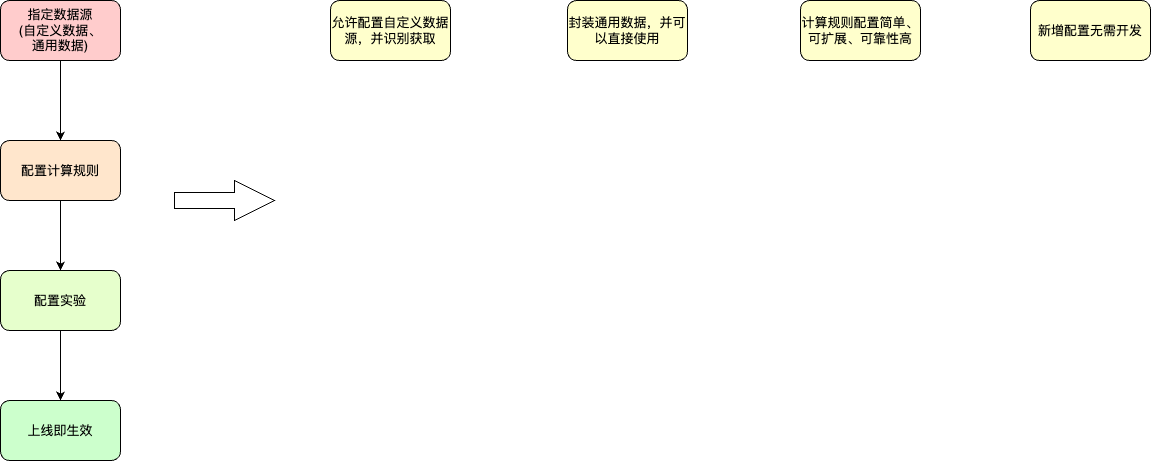
Above: work-draw-file/规则表达式.png in liujunao/draw-data (draw.io), before the change. Source tidied: cells renumbered, new cells last; positions are measured from the earlier drawing's top-left corner, leaving out a move shared by most shapes.
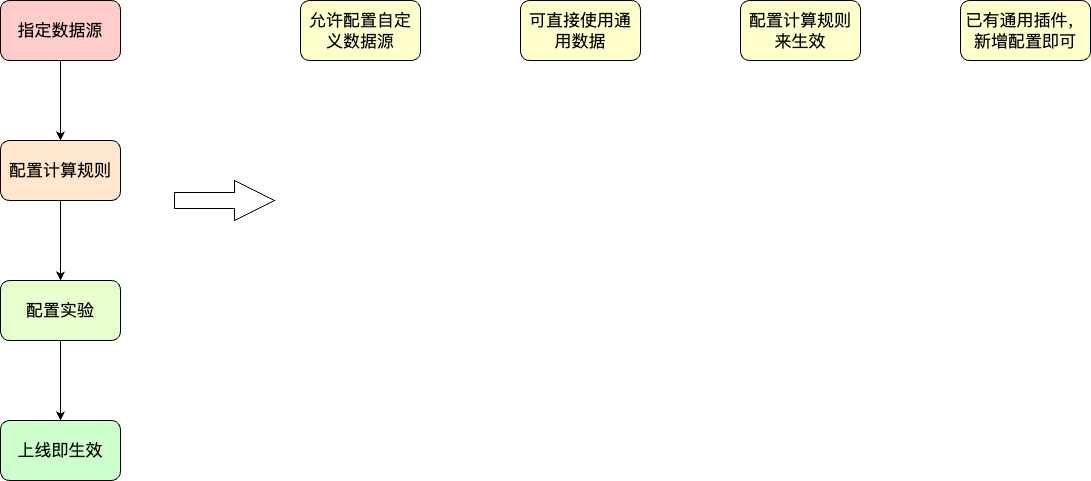
After the commit.

Commit message:
更新规则表达式.png

Diff of the diagram source:
```diff
@@ -5,35 +5,35 @@
     <mxCell id="2" style="edgeStyle=orthogonalEdgeStyle;rounded=0;jettySize=auto;html=1;exitX=0.5;exitY=1;exitDx=0;exitDy=0;entryX=0.5;entryY=0;entryDx=0;entryDy=0;" parent="1" edge="1" source="3" target="7">
       <mxGeometry relative="1" as="geometry" />
     </mxCell>
-    <mxCell id="3" value="配置计算规则" style="rounded=1;whiteSpace=wrap;html=1;fillColor=#FFE6CC;" parent="1" vertex="1">
+    <mxCell id="3" value="&lt;font style=&quot;font-size: 17px;&quot;&gt;配置计算规则&lt;/font&gt;" style="rounded=1;whiteSpace=wrap;html=1;fillColor=#FFE6CC;" parent="1" vertex="1">
       <mxGeometry y="140" width="120" height="60" as="geometry" />
     </mxCell>
     <mxCell id="4" style="edgeStyle=orthogonalEdgeStyle;rounded=0;jettySize=auto;html=1;exitX=0.5;exitY=1;exitDx=0;exitDy=0;" parent="1" edge="1" source="5" target="3">
       <mxGeometry relative="1" as="geometry" />
     </mxCell>
-    <mxCell id="5" value="指定数据源&lt;br&gt;(自定义数据、&lt;br&gt;通用数据)" style="rounded=1;whiteSpace=wrap;html=1;fillColor=#FFCCCC;" parent="1" vertex="1">
+    <mxCell id="5" value="&lt;font style=&quot;font-size: 17px;&quot;&gt;指定数据源&lt;br&gt;&lt;/font&gt;" style="rounded=1;whiteSpace=wrap;html=1;fillColor=#FFCCCC;" parent="1" vertex="1">
       <mxGeometry width="120" height="60" as="geometry" />
     </mxCell>
     <mxCell id="6" style="edgeStyle=orthogonalEdgeStyle;rounded=0;jettySize=auto;html=1;exitX=0.5;exitY=1;exitDx=0;exitDy=0;entryX=0.5;entryY=0;entryDx=0;entryDy=0;" parent="1" edge="1" source="7" target="8">
       <mxGeometry relative="1" as="geometry" />
     </mxCell>
-    <mxCell id="7" value="配置实验" style="rounded=1;whiteSpace=wrap;html=1;fillColor=#E6FFCC;" parent="1" vertex="1">
-      <mxGeometry y="270" width="120" height="60" as="geometry" />
+    <mxCell id="7" value="&lt;font style=&quot;font-size: 17px;&quot;&gt;配置实验&lt;/font&gt;" style="rounded=1;whiteSpace=wrap;html=1;fillColor=#E6FFCC;" parent="1" vertex="1">
+      <mxGeometry y="280" width="120" height="60" as="geometry" />
     </mxCell>
-    <mxCell id="8" value="上线即生效" style="rounded=1;whiteSpace=wrap;html=1;fillColor=#CCFFCC;" parent="1" vertex="1">
-      <mxGeometry y="400" width="120" height="60" as="geometry" />
+    <mxCell id="8" value="&lt;font style=&quot;font-size: 17px;&quot;&gt;上线即生效&lt;/font&gt;" style="rounded=1;whiteSpace=wrap;html=1;fillColor=#CCFFCC;" parent="1" vertex="1">
+      <mxGeometry y="420" width="120" height="60" as="geometry" />
     </mxCell>
-    <mxCell id="9" value="允许配置自定义数据源，并识别获取" style="rounded=1;whiteSpace=wrap;html=1;fillColor=#FFFFCC;" parent="1" vertex="1">
-      <mxGeometry x="330" width="120" height="60" as="geometry" />
+    <mxCell id="9" value="&lt;font style=&quot;font-size: 17px;&quot;&gt;允许配置自定义数据源&lt;/font&gt;" style="rounded=1;whiteSpace=wrap;html=1;fillColor=#FFFFCC;" parent="1" vertex="1">
+      <mxGeometry x="300" width="120" height="60" as="geometry" />
     </mxCell>
-    <mxCell id="10" value="封装通用数据，并可以直接使用" style="rounded=1;whiteSpace=wrap;html=1;fillColor=#FFFFCC;" parent="1" vertex="1">
-      <mxGeometry x="567" width="120" height="60" as="geometry" />
+    <mxCell id="10" value="&lt;font style=&quot;font-size: 17px;&quot;&gt;可直接使用&lt;/font&gt;&lt;font style=&quot;font-size: 17px;&quot;&gt;通用数据&lt;/font&gt;" style="rounded=1;whiteSpace=wrap;html=1;fillColor=#FFFFCC;" parent="1" vertex="1">
+      <mxGeometry x="520" width="120" height="60" as="geometry" />
     </mxCell>
-    <mxCell id="11" value="计算规则配置简单、可扩展、可靠性高" style="rounded=1;whiteSpace=wrap;html=1;fillColor=#FFFFCC;" parent="1" vertex="1">
-      <mxGeometry x="800" width="120" height="60" as="geometry" />
+    <mxCell id="11" value="&lt;font style=&quot;font-size: 17px;&quot;&gt;配置计算规则来生效&lt;/font&gt;" style="rounded=1;whiteSpace=wrap;html=1;fillColor=#FFFFCC;" parent="1" vertex="1">
+      <mxGeometry x="740" width="120" height="60" as="geometry" />
     </mxCell>
-    <mxCell id="12" value="新增配置无需开发" style="rounded=1;whiteSpace=wrap;html=1;fillColor=#FFFFCC;" parent="1" vertex="1">
-      <mxGeometry x="1030" width="120" height="60" as="geometry" />
+    <mxCell id="12" value="&lt;font style=&quot;font-size: 17px;&quot;&gt;已有通用插件，新增配置即可&lt;/font&gt;" style="rounded=1;whiteSpace=wrap;html=1;fillColor=#FFFFCC;" parent="1" vertex="1">
+      <mxGeometry x="960" width="130" height="60" as="geometry" />
     </mxCell>
     <mxCell id="13" style="html=1;shadow=0;dashed=0;align=center;verticalAlign=middle;shape=mxgraph.arrows2.arrow;dy=0.6;dx=40;notch=0;" parent="1" vertex="1">
       <mxGeometry x="174" y="180" width="100" height="40" as="geometry" />
```
